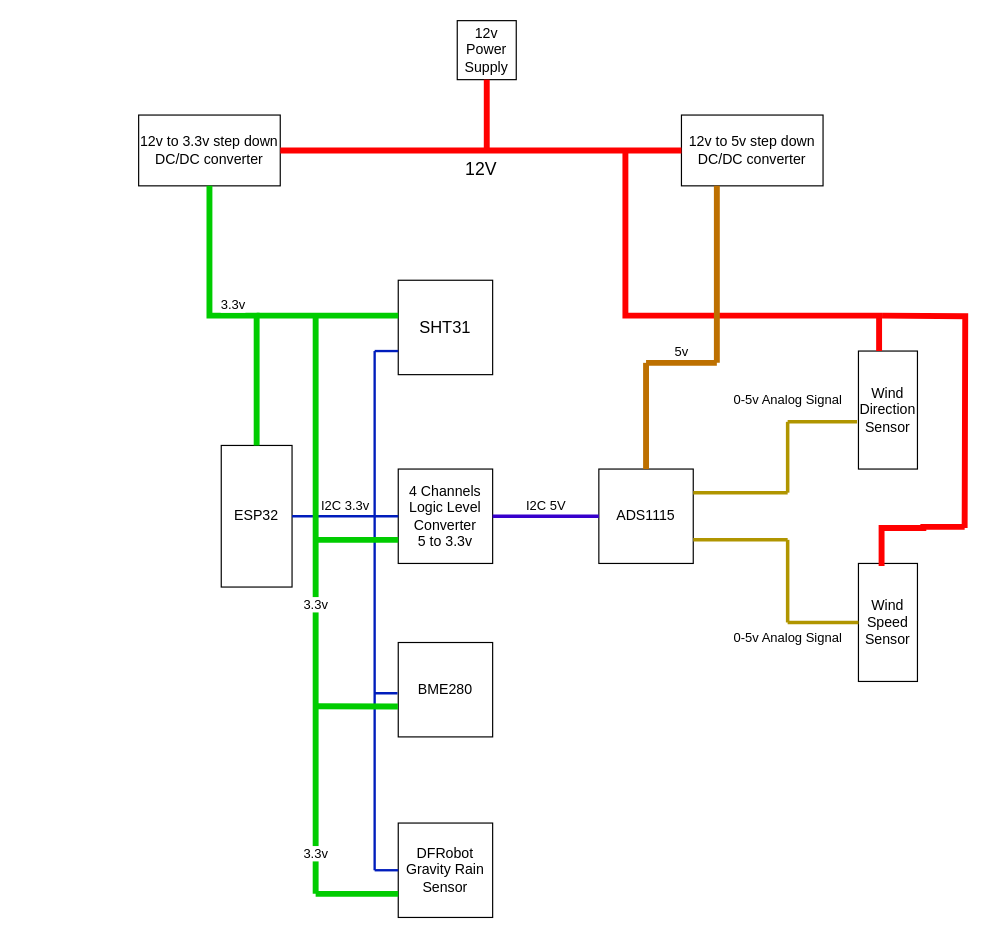
Earlier version of the draw.io diagram docs/weather_station_block_diagram.drawio (br4593/WeatherStation_ThingSpeak). Source tidied: cells renumbered, new cells numbered last; positions are measured from the earlier drawing's top-left corner, leaving out a move shared by most shapes. Both pictures are drawn from the tidied source at 118%, with x=0, y=0 at pixel (138, 20).
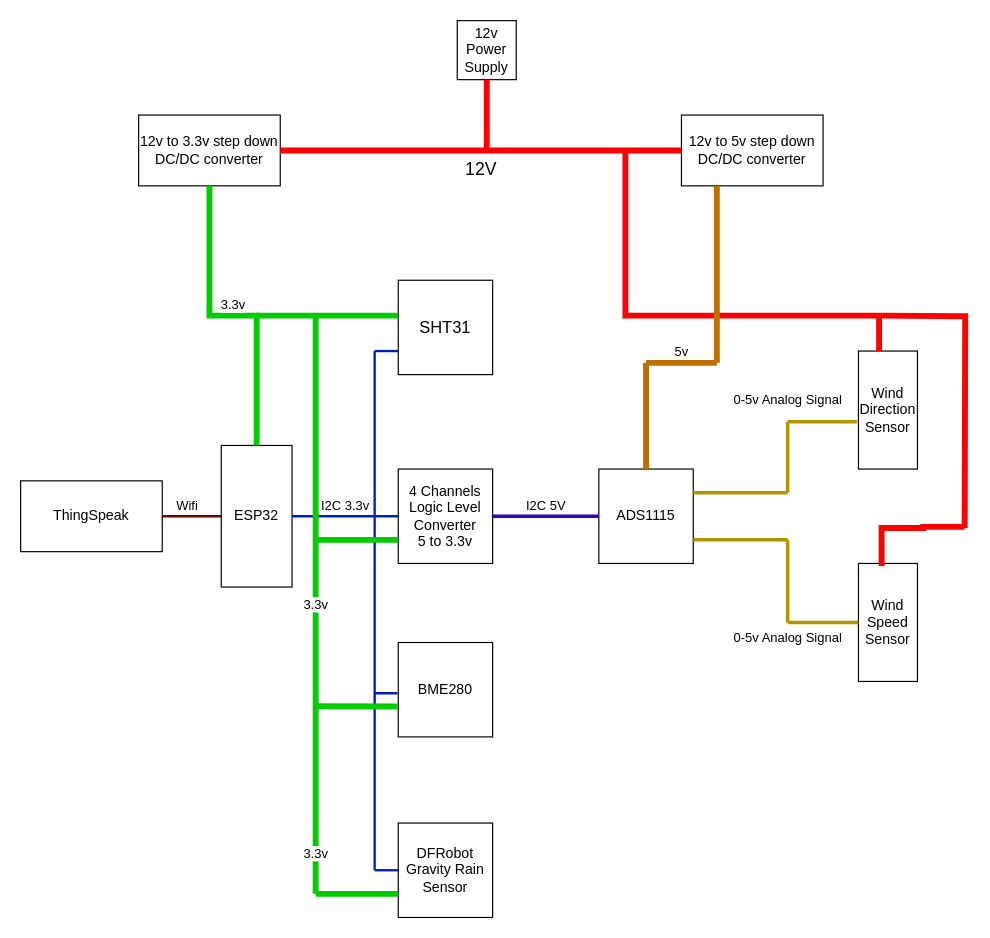
After the change.

Commit message (it also covers changes not shown here):
Updated block diagram

Unchanged cells that the change refers to:
```xml
<mxCell id="2" value="ESP32" style="rounded=0;whiteSpace=wrap;html=1;direction=south;fontFamily=Helvetica;fontStyle=0;" parent="1" vertex="1">
  <mxGeometry x="70" y="360" width="60" height="120" as="geometry" />
</mxCell>
```

Diff of the diagram source:
```diff
@@
+    <mxCell id="42" value="ThingSpeak" style="rounded=0;whiteSpace=wrap;html=1;" parent="1" vertex="1">
+      <mxGeometry x="-100" y="390" width="120" height="60" as="geometry" />
+    </mxCell>
+    <mxCell id="43" style="endArrow=none;html=1;rounded=0;entryX=0.5;entryY=1;entryDx=0;entryDy=0;exitX=1;exitY=0.5;exitDx=0;exitDy=0;fillColor=#a20025;strokeColor=#6F0000;strokeWidth=2;" parent="1" edge="1" source="42" target="2">
+      <mxGeometry relative="1" as="geometry" />
+    </mxCell>
+    <mxCell id="44" value="Wifi" style="edgeLabel;html=1;align=center;verticalAlign=middle;" parent="43" vertex="1">
+      <mxGeometry x="0.25" y="2" relative="1" as="geometry">
+        <mxPoint x="-11" y="-8" as="offset" />
+      </mxGeometry>
+    </mxCell>
```
